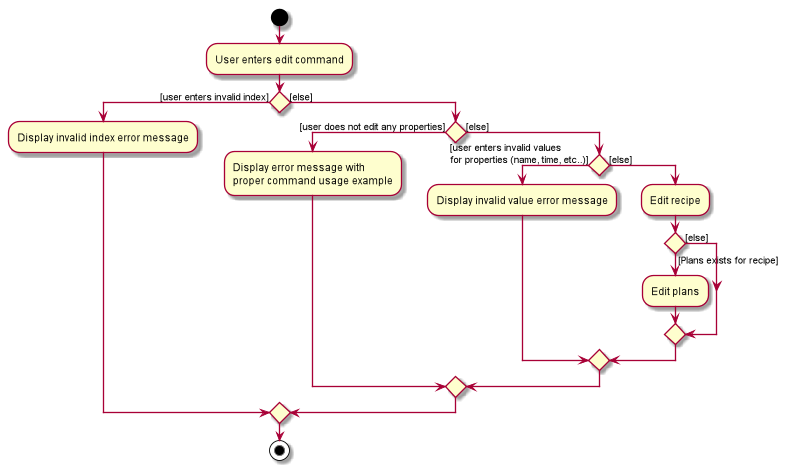
nus-cs2103-AY1920S2/addressbook-level3 keeps this PlantUML diagram as docs/images/EditActivityDiagram.png. Above is the earlier version. Its diagram source:
```plantuml
@startuml
start
:User enters edit command;

if () then ([user enters invalid index])
:Display invalid index error message;

else ([else])
    if () then ([user does not edit any properties])
        :Display error message with \nproper command usage example;

    else ([else])
        if () then ([user enters invalid values\nfor properties (name, time, etc..)])
            :Display invalid value error message;

        else ([else])
            :Edit recipe;
            if () then ([Plans exists for recipe])
                :Edit plans;
            else ([else])
            endif
        endif
    endif
endif
stop


@enduml
```
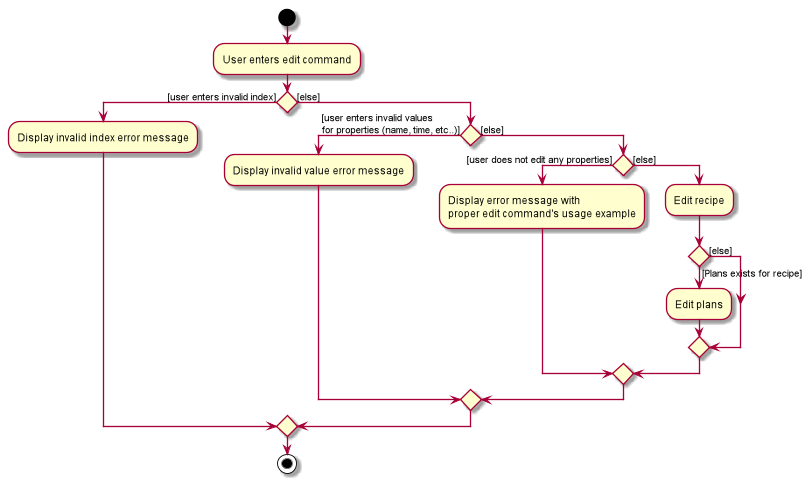
After the change.

The edit, as a diff of the source:
```diff
@@ -6,12 +6,12 @@
 :Display invalid index error message;
 
 else ([else])
-    if () then ([user does not edit any properties])
-        :Display error message with \nproper command usage example;
+    if () then ([user enters invalid values\nfor properties (name, time, etc..)])
+        :Display invalid value error message;
 
     else ([else])
-        if () then ([user enters invalid values\nfor properties (name, time, etc..)])
-            :Display invalid value error message;
+        if () then ([user does not edit any properties])
+            :Display error message with \nproper edit command's usage example;
 
         else ([else])
             :Edit recipe;
```
